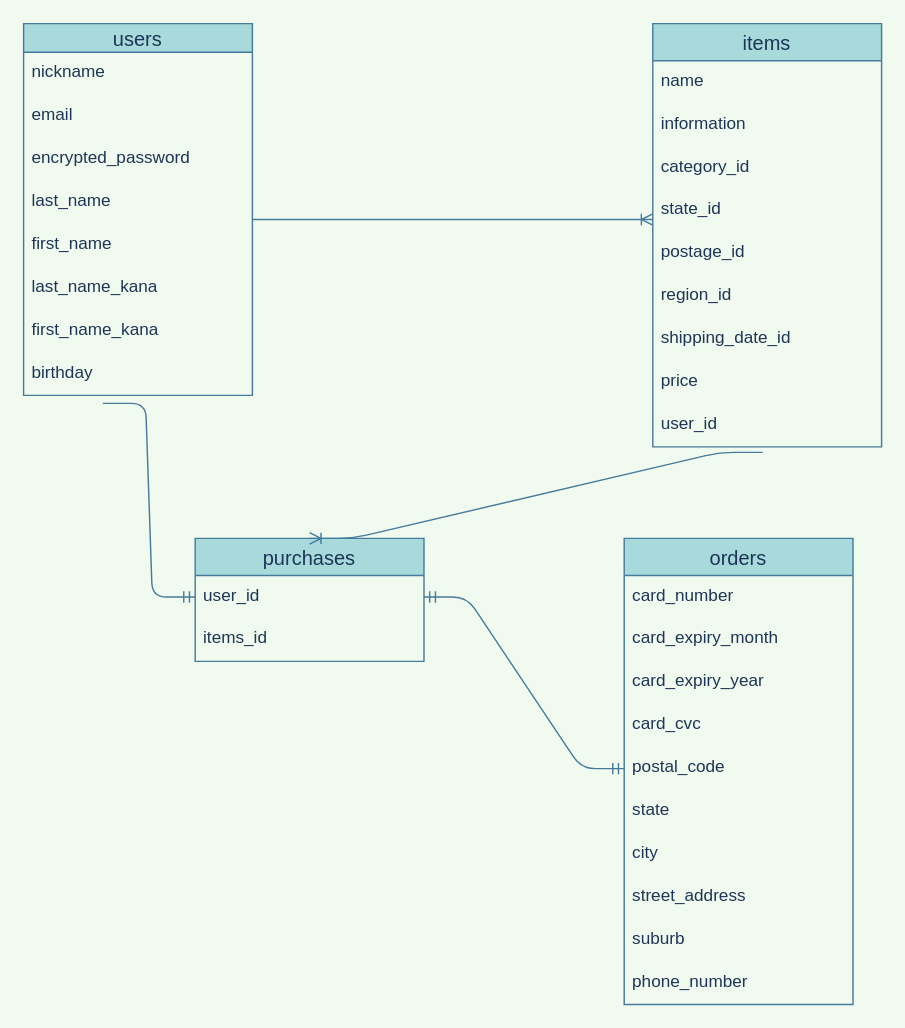
Above: ER.dio in hosshan0514/furima-35428 (draw.io), before the change. Source tidied: cells renumbered, new cells numbered last; positions are measured from the earlier drawing's top-left corner, leaving out a move shared by most shapes. Both pictures are drawn from the tidied source at 143%, with x=0, y=0 at pixel (23, 23).
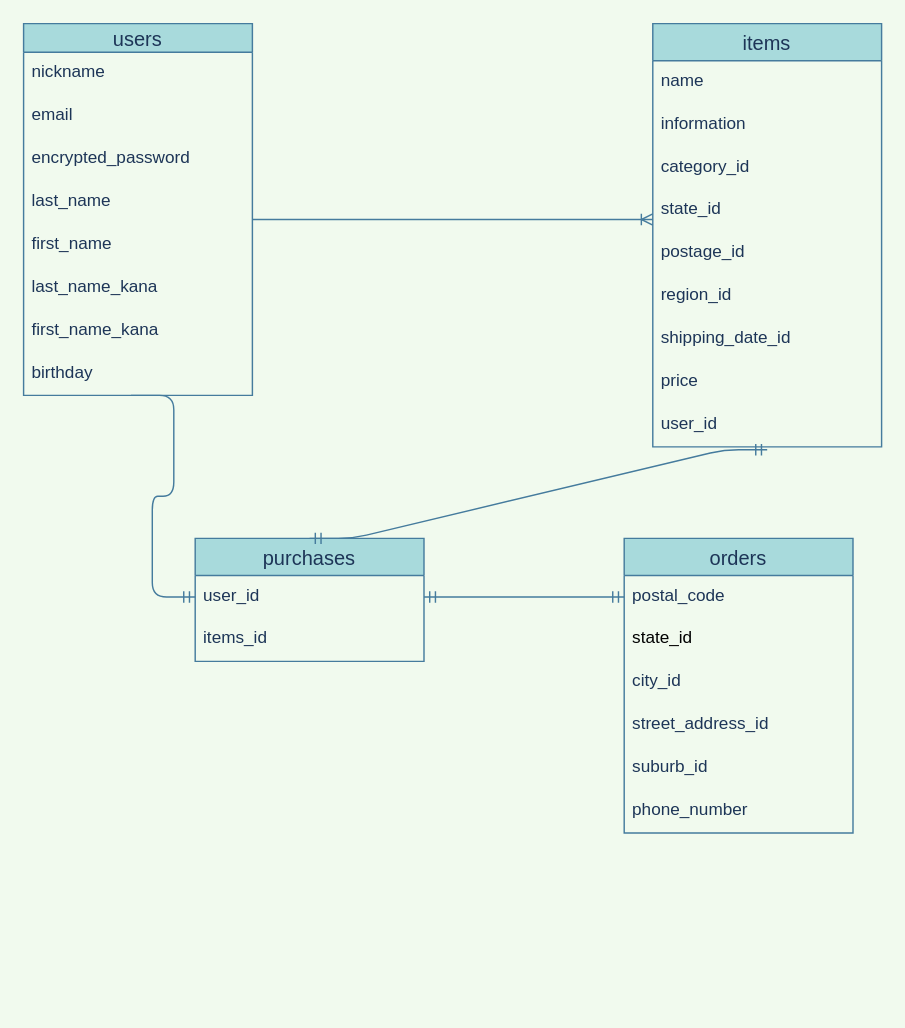
The same page after the edit.

Commit message (it also covers changes not shown here):
データベース設計：修正２回目

Unchanged cells that the change refers to:
```xml
<mxCell id="10" value="birthday" style="text;spacingLeft=4;spacingRight=4;overflow=hidden;points=[[0,0.5],[1,0.5]];portConstraint=eastwest;fontSize=12;fontColor=#1D3557;" parent="2" vertex="1">
  <mxGeometry y="230" width="160" height="30" as="geometry" />
</mxCell>
<mxCell id="21" value="user_id" style="text;strokeColor=none;fillColor=none;spacingLeft=4;spacingRight=4;overflow=hidden;points=[[0,0.5],[1,0.5]];portConstraint=eastwest;fontSize=12;fontColor=#1D3557;" parent="12" vertex="1">
  <mxGeometry y="266" width="160" height="30" as="geometry" />
</mxCell>
<mxCell id="33" value="purchases" style="swimlane;fontStyle=0;horizontal=1;startSize=26;align=center;fontSize=14;fillColor=#A8DADC;strokeColor=#457B9D;fontColor=#1D3557;" parent="1" vertex="1">
  <mxGeometry x="120" y="360" width="160" height="86" as="geometry" />
</mxCell>
<mxCell id="34" value="user_id" style="text;fillColor=none;spacingLeft=4;spacingRight=4;overflow=hidden;points=[[0,0.5],[1,0.5]];portConstraint=eastwest;fontSize=12;fontColor=#1D3557;" parent="33" vertex="1">
  <mxGeometry y="26" width="160" height="30" as="geometry" />
</mxCell>
```

Change to the diagram source:
```diff
@@
     <mxCell id="22" value="orders" style="swimlane;fontStyle=0;horizontal=1;startSize=26;align=center;fontSize=14;fillColor=#A8DADC;strokeColor=#457B9D;fontColor=#1D3557;" parent="1" vertex="1">
-      <mxGeometry x="420" y="360" width="160" height="326" as="geometry" />
+      <mxGeometry x="420" y="360" width="160" height="206" as="geometry" />
     </mxCell>
-    <mxCell id="23" value="card_number" style="text;strokeColor=none;fillColor=none;spacingLeft=4;spacingRight=4;overflow=hidden;fontSize=12;fontColor=#1D3557;" parent="22" vertex="1">
-      <mxGeometry y="26" width="160" height="30" as="geometry" />
-    </mxCell>
-    <mxCell id="24" value="card_expiry_month" style="text;strokeColor=none;fillColor=none;spacingLeft=4;spacingRight=4;overflow=hidden;fontSize=12;fontColor=#1D3557;" parent="22" vertex="1">
-      <mxGeometry y="56" width="160" height="30" as="geometry" />
-    </mxCell>
-    <mxCell id="25" value="card_expiry_year" style="text;strokeColor=none;fillColor=none;spacingLeft=4;spacingRight=4;overflow=hidden;fontSize=12;fontColor=#1D3557;" parent="22" vertex="1">
-      <mxGeometry y="86" width="160" height="30" as="geometry" />
-    </mxCell>
-    <mxCell id="26" value="card_cvc" style="text;strokeColor=none;fillColor=none;spacingLeft=4;spacingRight=4;overflow=hidden;fontSize=12;fontColor=#1D3557;" parent="22" vertex="1">
-      <mxGeometry y="116" width="160" height="30" as="geometry" />
-    </mxCell>
     <mxCell id="27" value="postal_code" style="text;strokeColor=none;fillColor=none;spacingLeft=4;spacingRight=4;overflow=hidden;points=[[0,0.5],[1,0.5]];portConstraint=eastwest;fontSize=12;fontColor=#1D3557;" parent="22" vertex="1">
-      <mxGeometry y="146" width="160" height="30" as="geometry" />
+      <mxGeometry y="26" width="160" height="30" as="geometry" />
     </mxCell>
-    <mxCell id="28" value="state" style="text;strokeColor=none;fillColor=none;spacingLeft=4;spacingRight=4;overflow=hidden;fontSize=12;fontColor=#1D3557;" parent="22" vertex="1">
-      <mxGeometry y="176" width="160" height="30" as="geometry" />
+    <mxCell id="28" value="state_id" style="text;strokeColor=none;fillColor=none;spacingLeft=4;spacingRight=4;overflow=hidden;fontSize=12;fontColor=#000000;" parent="22" vertex="1">
+      <mxGeometry y="56" width="160" height="30" as="geometry" />
     </mxCell>
-    <mxCell id="29" value="city" style="text;strokeColor=none;fillColor=none;spacingLeft=4;spacingRight=4;overflow=hidden;fontSize=12;fontColor=#1D3557;" parent="22" vertex="1">
-      <mxGeometry y="206" width="160" height="30" as="geometry" />
+    <mxCell id="29" value="city_id" style="text;strokeColor=none;fillColor=none;spacingLeft=4;spacingRight=4;overflow=hidden;fontSize=12;fontColor=#1D3557;" parent="22" vertex="1">
+      <mxGeometry y="86" width="160" height="30" as="geometry" />
     </mxCell>
-    <mxCell id="30" value="street_address" style="text;strokeColor=none;fillColor=none;spacingLeft=4;spacingRight=4;overflow=hidden;fontSize=12;fontColor=#1D3557;" parent="22" vertex="1">
-      <mxGeometry y="236" width="160" height="30" as="geometry" />
+    <mxCell id="30" value="street_address_id" style="text;strokeColor=none;fillColor=none;spacingLeft=4;spacingRight=4;overflow=hidden;fontSize=12;fontColor=#1D3557;" parent="22" vertex="1">
+      <mxGeometry y="116" width="160" height="30" as="geometry" />
     </mxCell>
-    <mxCell id="31" value="suburb" style="text;strokeColor=none;fillColor=none;spacingLeft=4;spacingRight=4;overflow=hidden;fontSize=12;fontColor=#1D3557;" parent="22" vertex="1">
-      <mxGeometry y="266" width="160" height="30" as="geometry" />
+    <mxCell id="31" value="suburb_id" style="text;strokeColor=none;fillColor=none;spacingLeft=4;spacingRight=4;overflow=hidden;fontSize=12;fontColor=#1D3557;" parent="22" vertex="1">
+      <mxGeometry y="146" width="160" height="30" as="geometry" />
     </mxCell>
     <mxCell id="32" value="phone_number" style="text;strokeColor=none;fillColor=none;spacingLeft=4;spacingRight=4;overflow=hidden;fontSize=12;fontColor=#1D3557;" parent="22" vertex="1">
-      <mxGeometry y="296" width="160" height="30" as="geometry" />
+      <mxGeometry y="176" width="160" height="30" as="geometry" />
     </mxCell>
@@
-    <mxCell id="36" style="edgeStyle=entityRelationEdgeStyle;fontSize=12;html=1;endArrow=ERmandOne;strokeColor=#457B9D;fillColor=#A8DADC;exitX=0.346;exitY=1.186;exitDx=0;exitDy=0;exitPerimeter=0;entryX=0;entryY=0.5;entryDx=0;entryDy=0;" parent="1" edge="1" source="10" target="34">
+    <mxCell id="36" style="edgeStyle=entityRelationEdgeStyle;fontSize=12;html=1;endArrow=ERmandOne;strokeColor=#457B9D;fillColor=#A8DADC;exitX=0.469;exitY=1;exitDx=0;exitDy=0;exitPerimeter=0;entryX=0;entryY=0.5;entryDx=0;entryDy=0;labelBackgroundColor=#F1FAEE;fontColor=#1D3557;" parent="1" edge="1" source="10" target="34">
       <mxGeometry relative="1" as="geometry" />
     </mxCell>
-    <mxCell id="37" style="edgeStyle=entityRelationEdgeStyle;fontSize=12;html=1;endArrow=ERmandOne;startArrow=ERmandOne;strokeColor=#457B9D;fillColor=#A8DADC;exitX=1;exitY=0.5;exitDx=0;exitDy=0;entryX=0;entryY=0.5;entryDx=0;entryDy=0;" parent="1" edge="1" source="34" target="27">
+    <mxCell id="37" style="edgeStyle=entityRelationEdgeStyle;fontSize=12;html=1;endArrow=ERmandOne;startArrow=ERmandOne;strokeColor=#457B9D;fillColor=#A8DADC;exitX=1;exitY=0.5;exitDx=0;exitDy=0;entryX=0;entryY=0.5;entryDx=0;entryDy=0;labelBackgroundColor=#F1FAEE;fontColor=#1D3557;" parent="1" edge="1" source="34" target="27">
       <mxGeometry relative="1" as="geometry" />
     </mxCell>
-    <mxCell id="38" style="edgeStyle=entityRelationEdgeStyle;fontSize=12;html=1;endArrow=ERoneToMany;strokeColor=#457B9D;fillColor=#A8DADC;exitX=0.48;exitY=1.129;exitDx=0;exitDy=0;exitPerimeter=0;entryX=0.5;entryY=0;entryDx=0;entryDy=0;" parent="1" edge="1" source="21" target="33">
-      <mxGeometry relative="1" as="geometry" />
+    <mxCell id="38" style="edgeStyle=entityRelationEdgeStyle;fontSize=12;html=1;endArrow=ERmandOne;startArrow=ERmandOne;exitX=0.5;exitY=0;exitDx=0;exitDy=0;labelBackgroundColor=#F1FAEE;strokeColor=#457B9D;fontColor=#1D3557;" parent="1" edge="1" source="33">
+      <mxGeometry relative="1" as="geometry">
+        <mxPoint x="520" y="298" as="targetPoint" />
+      </mxGeometry>
     </mxCell>
```
